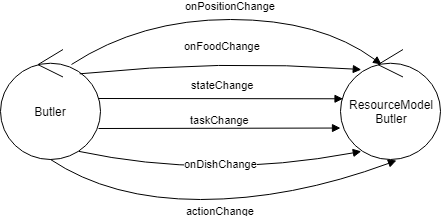
The draw.io diagram Relazioni/images/analisi/ButlerModelButlerArchitecture.png in xAlessandroC/iss2019TemaFinale, before a commit. Source tidied: cells renumbered, new cells last; positions are measured from the earlier drawing's top-left corner, leaving out a move shared by most shapes.
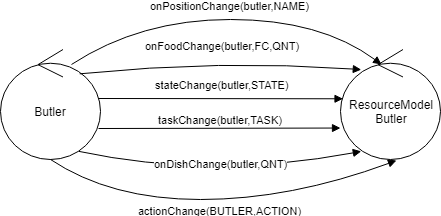
The same file after the commit.

What changed in the source:
```diff
@@ -5,7 +5,7 @@
     <mxCell id="2" value="Butler" style="ellipse;shape=umlControl;whiteSpace=wrap;html=1;" parent="1" vertex="1">
       <mxGeometry y="30" width="100" height="110" as="geometry" />
     </mxCell>
-    <mxCell id="3" value="stateChange" style="html=1;verticalAlign=bottom;endArrow=block;entryX=0.025;entryY=0.448;entryDx=0;entryDy=0;entryPerimeter=0;" parent="1" edge="1" target="4">
+    <mxCell id="3" value="stateChange(butler,STATE)" style="html=1;verticalAlign=bottom;endArrow=block;entryX=0.025;entryY=0.448;entryDx=0;entryDy=0;entryPerimeter=0;" parent="1" edge="1" target="4">
       <mxGeometry x="0.02" y="5" relative="1" as="geometry">
         <mxPoint x="98" y="79" as="sourcePoint" />
       </mxGeometry>
@@ -13,26 +13,26 @@
     <mxCell id="4" value="ResourceModel&lt;br&gt;Butler" style="ellipse;shape=umlControl;whiteSpace=wrap;html=1;" parent="1" vertex="1">
       <mxGeometry x="340" y="30" width="100" height="110" as="geometry" />
     </mxCell>
-    <mxCell id="5" value="taskChange" style="html=1;verticalAlign=bottom;endArrow=block;entryX=0;entryY=0.714;entryDx=0;entryDy=0;entryPerimeter=0;" parent="1" edge="1" target="4">
+    <mxCell id="5" value="taskChange(butler,TASK)" style="html=1;verticalAlign=bottom;endArrow=block;entryX=0;entryY=0.714;entryDx=0;entryDy=0;entryPerimeter=0;" parent="1" edge="1" target="4">
       <mxGeometry x="0.01" relative="1" as="geometry">
         <mxPoint x="98" y="109" as="sourcePoint" />
       </mxGeometry>
     </mxCell>
-    <mxCell id="6" value="onDishChange" style="html=1;verticalAlign=bottom;endArrow=block;entryX=0.208;entryY=0.926;entryDx=0;entryDy=0;entryPerimeter=0;exitX=0.783;exitY=0.926;exitDx=0;exitDy=0;exitPerimeter=0;curved=1;" parent="1" edge="1" source="2" target="4">
+    <mxCell id="6" value="onDishChange(butler,QNT)" style="html=1;verticalAlign=bottom;endArrow=block;entryX=0.208;entryY=0.926;entryDx=0;entryDy=0;entryPerimeter=0;exitX=0.783;exitY=0.926;exitDx=0;exitDy=0;exitPerimeter=0;curved=1;" parent="1" edge="1" source="2" target="4">
       <mxGeometry x="0.02" y="5" relative="1" as="geometry">
         <Array as="points">
           <mxPoint x="210" y="160" />
         </Array>
       </mxGeometry>
     </mxCell>
-    <mxCell id="7" value="onFoodChange" style="html=1;verticalAlign=bottom;endArrow=block;entryX=0.208;entryY=0.183;entryDx=0;entryDy=0;entryPerimeter=0;exitX=0.792;exitY=0.221;exitDx=0;exitDy=0;exitPerimeter=0;curved=1;" parent="1" edge="1" source="2" target="4">
+    <mxCell id="7" value="onFoodChange(butler,FC,QNT)" style="html=1;verticalAlign=bottom;endArrow=block;entryX=0.208;entryY=0.183;entryDx=0;entryDy=0;entryPerimeter=0;exitX=0.792;exitY=0.221;exitDx=0;exitDy=0;exitPerimeter=0;curved=1;" parent="1" edge="1" source="2" target="4">
       <mxGeometry x="0.02" y="5" relative="1" as="geometry">
         <Array as="points">
           <mxPoint x="220" y="40" />
         </Array>
       </mxGeometry>
     </mxCell>
-    <mxCell id="8" value="onPositionChange" style="html=1;verticalAlign=bottom;endArrow=block;entryX=0.41;entryY=0.136;entryDx=0;entryDy=0;entryPerimeter=0;exitX=0.71;exitY=0.136;exitDx=0;exitDy=0;exitPerimeter=0;curved=1;" parent="1" edge="1" source="2" target="4">
+    <mxCell id="8" value="onPositionChange(butler,NAME)" style="html=1;verticalAlign=bottom;endArrow=block;entryX=0.41;entryY=0.136;entryDx=0;entryDy=0;entryPerimeter=0;exitX=0.71;exitY=0.136;exitDx=0;exitDy=0;exitPerimeter=0;curved=1;" parent="1" edge="1" source="2" target="4">
       <mxGeometry x="0.02" y="5" relative="1" as="geometry">
         <Array as="points">
           <mxPoint x="140" />
@@ -40,7 +40,7 @@
         </Array>
       </mxGeometry>
     </mxCell>
-    <mxCell id="9" value="actionChange" style="html=1;verticalAlign=bottom;endArrow=block;entryX=0.56;entryY=1.009;entryDx=0;entryDy=0;entryPerimeter=0;exitX=0.783;exitY=0.926;exitDx=0;exitDy=0;exitPerimeter=0;curved=1;" parent="1" edge="1" target="4">
+    <mxCell id="9" value="actionChange(BUTLER,ACTION)" style="html=1;verticalAlign=bottom;endArrow=block;entryX=0.56;entryY=1.009;entryDx=0;entryDy=0;entryPerimeter=0;exitX=0.783;exitY=0.926;exitDx=0;exitDy=0;exitPerimeter=0;curved=1;" parent="1" edge="1" target="4">
       <mxGeometry y="-20" relative="1" as="geometry">
         <mxPoint x="49.8" y="139.9" as="sourcePoint" />
         <Array as="points">
```
